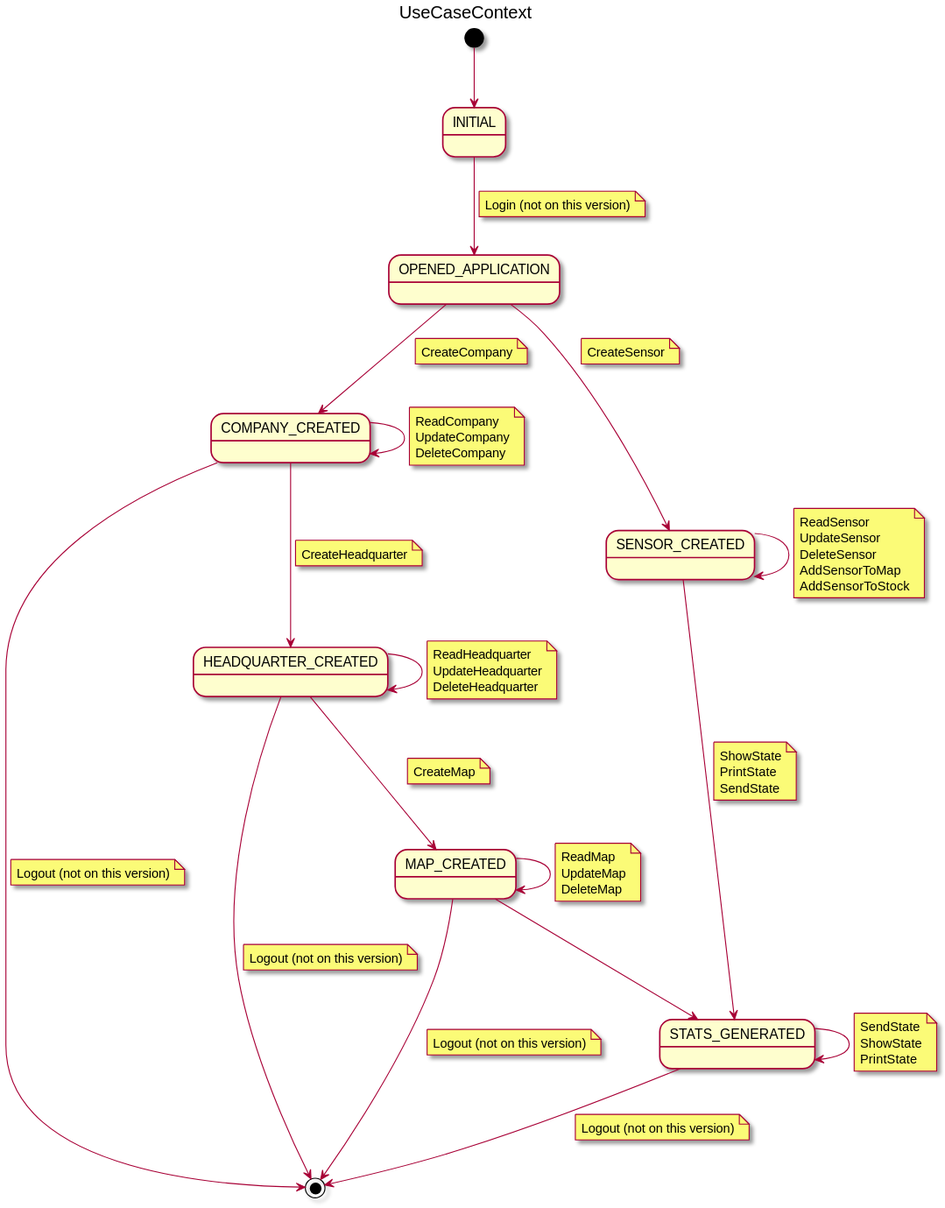
The PlantUML diagram docs/src/useCase/context/useCaseContext.svg in jumpering/pestmonitors, before a commit.
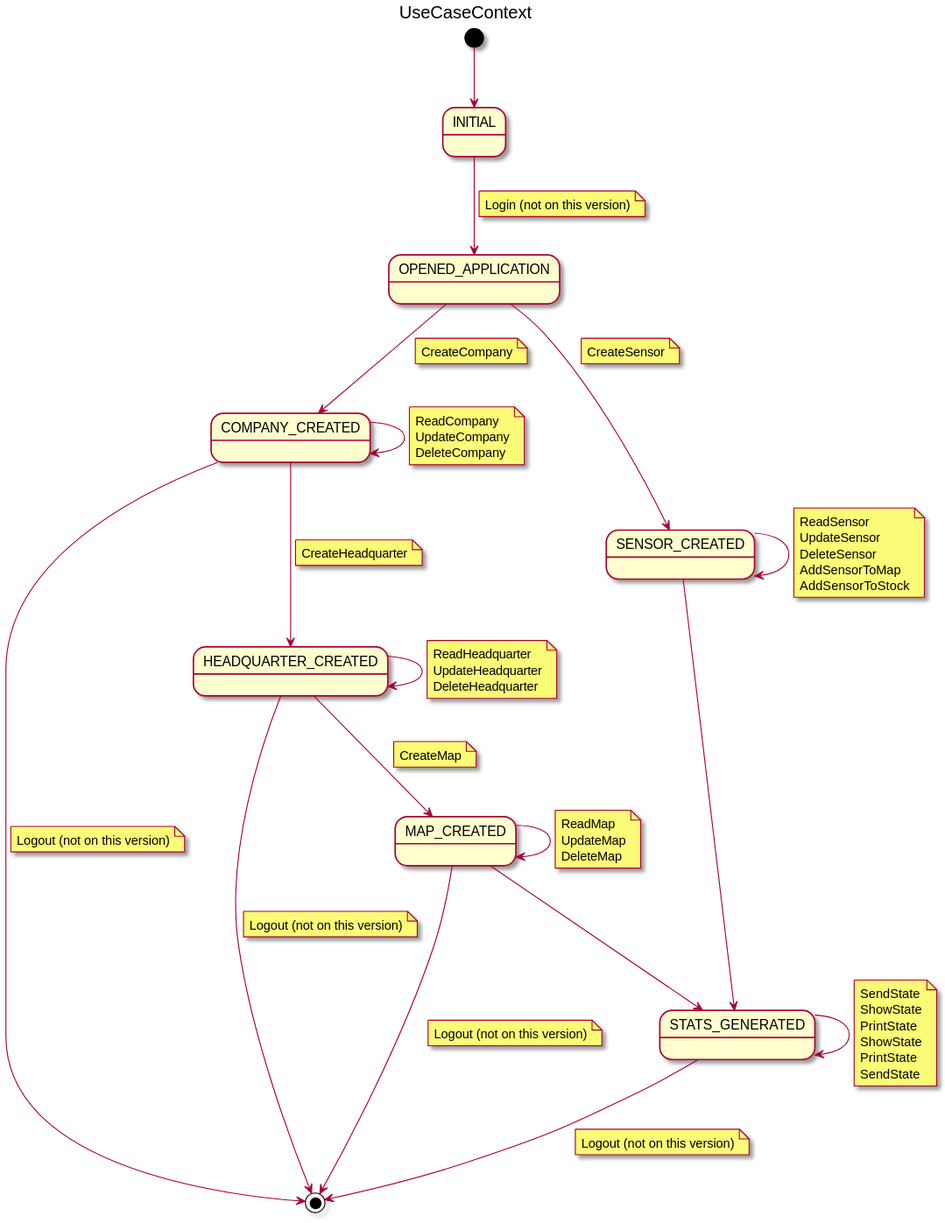
The same diagram one commit later.

What changed in the source:
```diff
@@ -83,17 +83,15 @@
       end note
 
 SENSOR_CREATED --> STATS_GENERATED
-       note on link
-           ShowState
-           PrintState
-           SendState
-       end note
 
 STATS_GENERATED --> STATS_GENERATED
     note on link
         SendState
         ShowState
         PrintState
+        ShowState
+        PrintState
+        SendState
     end note
 
 STATS_GENERATED --> [*]
```
